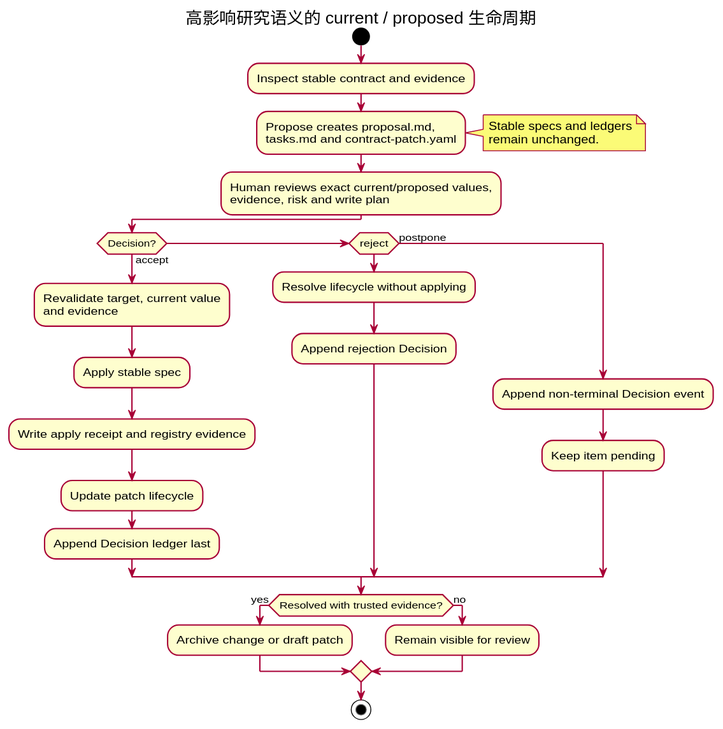
This is docs/researchspec_arsu_runtime/diagrams/rendered/contract-change-lifecycle.svg from leike0813/ResearchSpec, a PlantUML export, as it was before one commit.
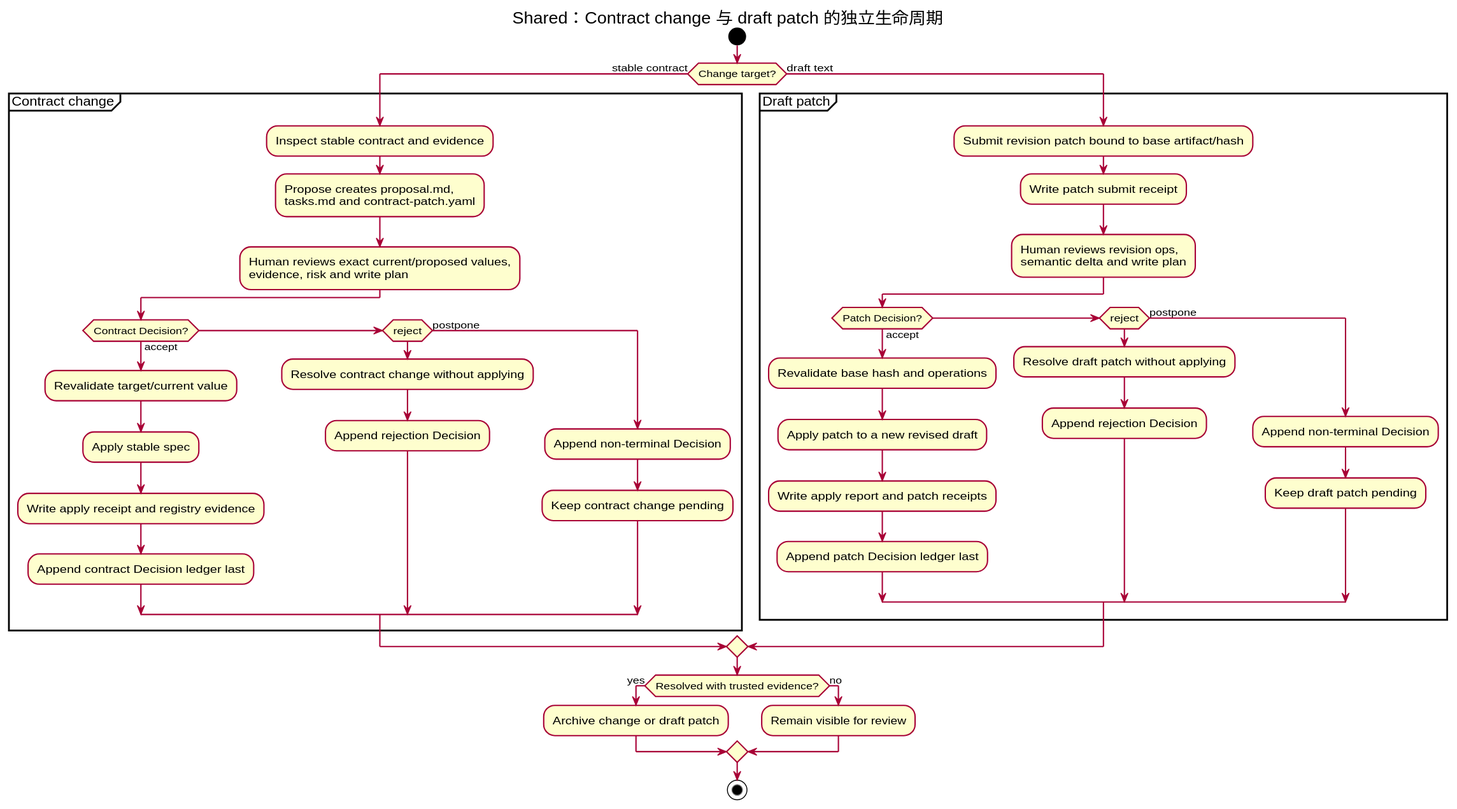
After the change.

The edit, as a diff of the source:
```diff
@@ -1,29 +1,46 @@
 @startuml
-title 高影响研究语义的 current / proposed 生命周期
+title Shared：Contract change 与 draft patch 的独立生命周期
 skinparam shadowing false
 start
-:Inspect stable contract and evidence;
-:Propose creates proposal.md,
-tasks.md and contract-patch.yaml;
-note right
-  Stable specs and ledgers
-  remain unchanged.
-end note
-:Human reviews exact current/proposed values,
-evidence, risk and write plan;
-if (Decision?) then (accept)
-  :Revalidate target, current value
-  and evidence;
-  :Apply stable spec;
-  :Write apply receipt and registry evidence;
-  :Update patch lifecycle;
-  :Append Decision ledger last;
-elseif (reject)
-  :Resolve lifecycle without applying;
-  :Append rejection Decision;
-else (postpone)
-  :Append non-terminal Decision event;
-  :Keep item pending;
+if (Change target?) then (stable contract)
+  partition "Contract change" {
+    :Inspect stable contract and evidence;
+    :Propose creates proposal.md,
+    tasks.md and contract-patch.yaml;
+    :Human reviews exact current/proposed values,
+    evidence, risk and write plan;
+    if (Contract Decision?) then (accept)
+      :Revalidate target/current value;
+      :Apply stable spec;
+      :Write apply receipt and registry evidence;
+      :Append contract Decision ledger last;
+    elseif (reject)
+      :Resolve contract change without applying;
+      :Append rejection Decision;
+    else (postpone)
+      :Append non-terminal Decision;
+      :Keep contract change pending;
+    endif
+  }
+else (draft text)
+  partition "Draft patch" {
+    :Submit revision patch bound to base artifact/hash;
+    :Write patch submit receipt;
+    :Human reviews revision ops,
+    semantic delta and write plan;
+    if (Patch Decision?) then (accept)
+      :Revalidate base hash and operations;
+      :Apply patch to a new revised draft;
+      :Write apply report and patch receipts;
+      :Append patch Decision ledger last;
+    elseif (reject)
+      :Resolve draft patch without applying;
+      :Append rejection Decision;
+    else (postpone)
+      :Append non-terminal Decision;
+      :Keep draft patch pending;
+    endif
+  }
 endif
 if (Resolved with trusted evidence?) then (yes)
   :Archive change or draft patch;
```
